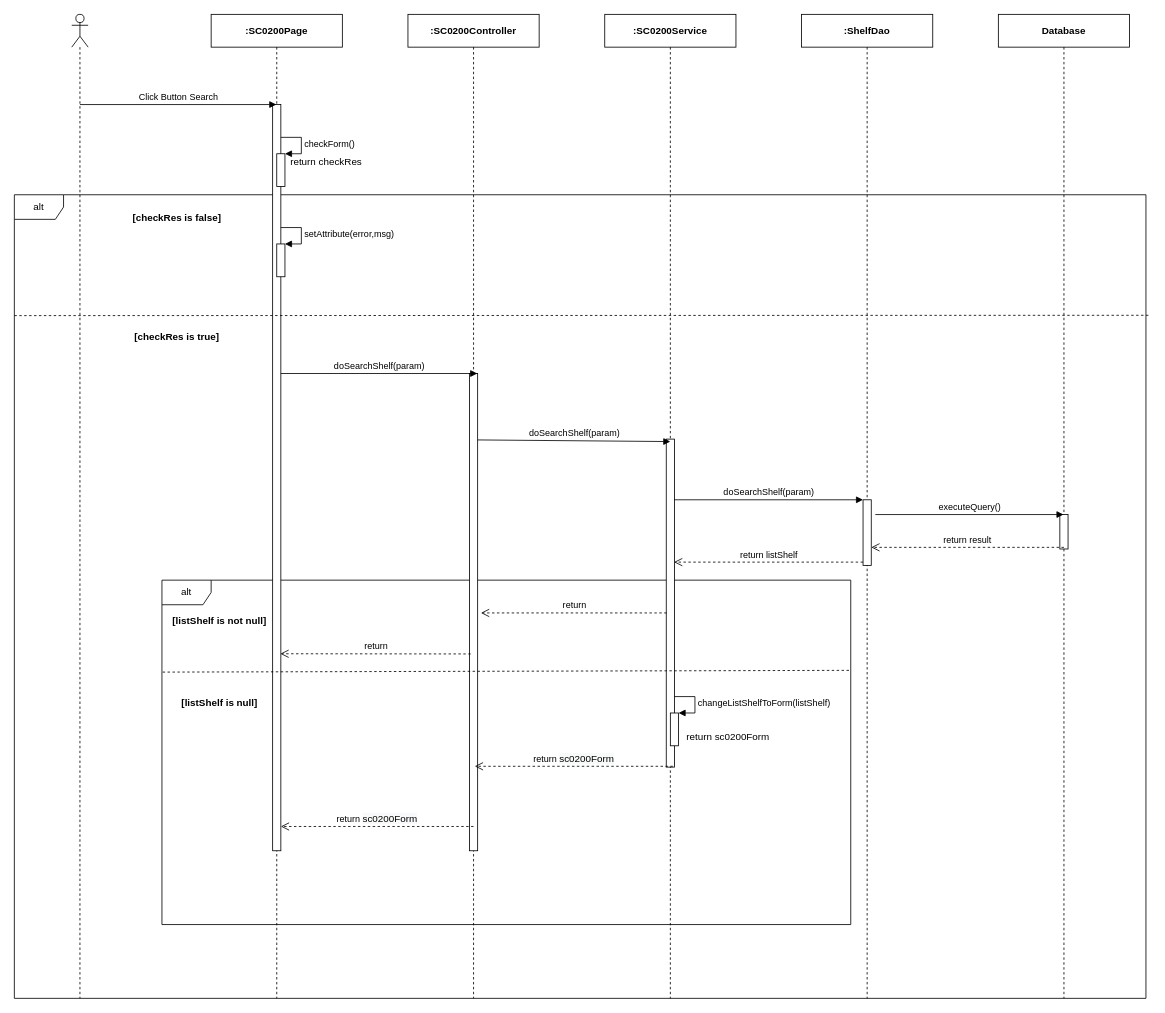
Before: page "Ev02" (2 of 4) of 2. Approved/SEQ Diagram/sc02/SC0200_ShelfManage.drawio in luannmdev/CapstoneDocument, a draw.io diagram. Source tidied: cells renumbered, new cells numbered last; positions are measured from the earlier drawing's top-left corner, leaving out a move shared by most shapes. Both pictures are drawn from the tidied source at 82%, with x=0, y=0 at pixel (14, 14).
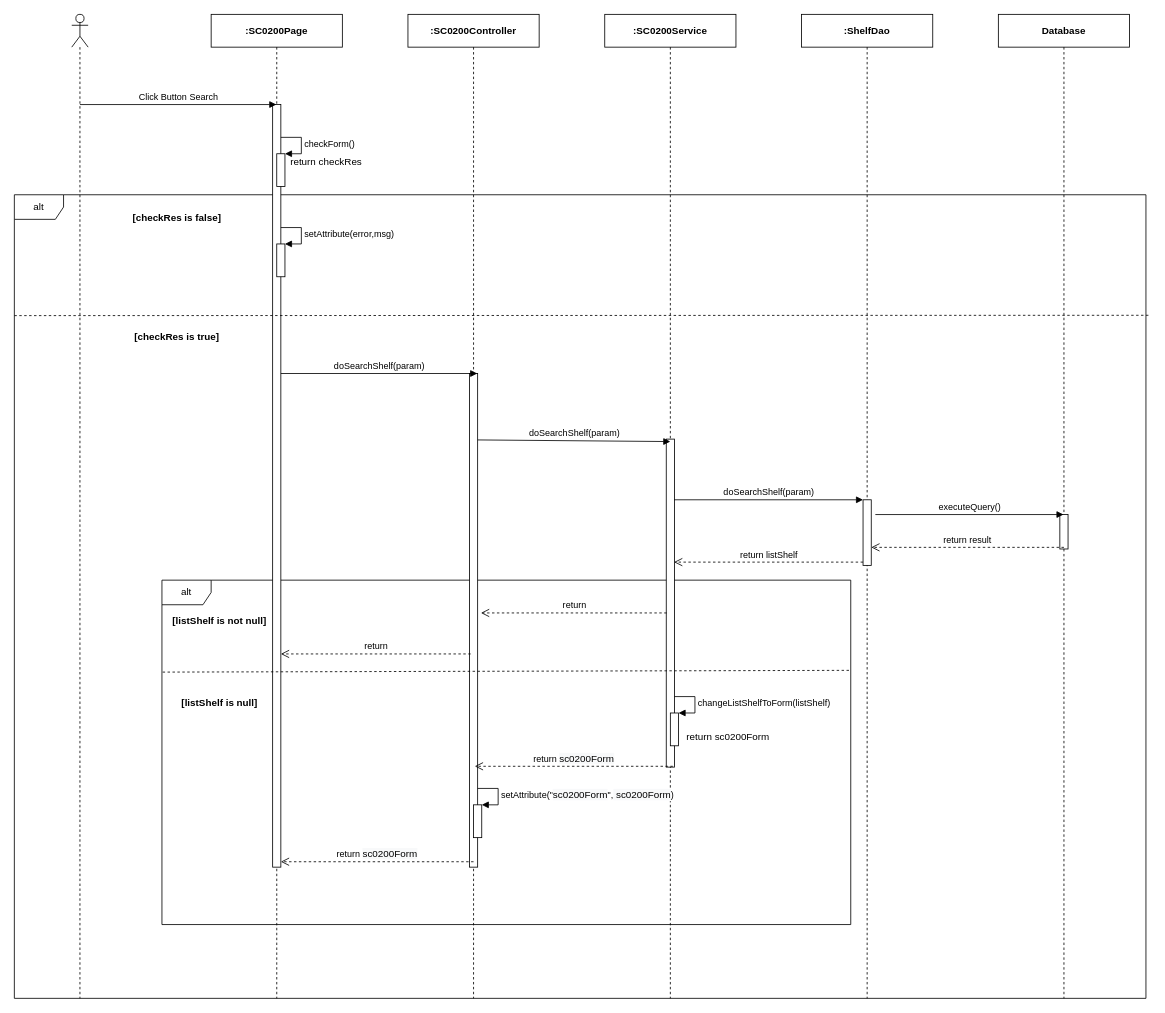
Above is the later version.

Unchanged cells that the change refers to:
```xml
<mxCell id="5" value="&lt;b&gt;:SC0200Page&lt;/b&gt;" style="shape=umlLifeline;perimeter=lifelinePerimeter;whiteSpace=wrap;html=1;outlineConnect=0;" parent="1" vertex="1">
  <mxGeometry x="240" width="160" height="1200" as="geometry" />
</mxCell>
<mxCell id="11" value="&lt;b&gt;:SC0200Controller&lt;/b&gt;" style="shape=umlLifeline;perimeter=lifelinePerimeter;whiteSpace=wrap;html=1;" parent="1" vertex="1">
  <mxGeometry x="480" width="160" height="1200" as="geometry" />
</mxCell>
```

Diff of the diagram source:
```diff
@@
     <mxCell id="6" style="html=1;points=[];perimeter=orthogonalPerimeter;" parent="5" vertex="1">
-      <mxGeometry x="75" y="110" width="10" height="910" as="geometry" />
+      <mxGeometry x="75" y="110" width="10" height="930" as="geometry" />
     </mxCell>
@@
     <mxCell id="12" style="html=1;perimeter=orthogonalPerimeter;" parent="11" vertex="1">
-      <mxGeometry x="75" y="438" width="10" height="582" as="geometry" />
+      <mxGeometry x="75" y="438" width="10" height="602" as="geometry" />
     </mxCell>
@@
     <mxCell id="17" value="return&amp;nbsp;&lt;span style=&quot;font-size: 12px ; background-color: rgb(248 , 249 , 250)&quot;&gt;sc0200Form&lt;/span&gt;" style="html=1;verticalAlign=bottom;endArrow=open;dashed=1;endSize=8;" parent="1" edge="1">
       <mxGeometry relative="1" as="geometry">
-        <mxPoint x="560" y="990.4" as="sourcePoint" />
-        <mxPoint x="325" y="990.4" as="targetPoint" />
+        <mxPoint x="560" y="1033.4" as="sourcePoint" />
+        <mxPoint x="325" y="1033.4" as="targetPoint" />
       </mxGeometry>
     </mxCell>
@@
-    <mxCell id="39" value="return" style="html=1;verticalAlign=bottom;endArrow=open;dashed=1;endSize=8;entryX=0.943;entryY=0.736;entryDx=0;entryDy=0;entryPerimeter=0;" parent="1" edge="1" target="6">
+    <mxCell id="39" value="return" style="html=1;verticalAlign=bottom;endArrow=open;dashed=1;endSize=8;" parent="1" edge="1" target="6">
       <mxGeometry relative="1" as="geometry">
         <mxPoint x="556.5" y="780" as="sourcePoint" />
       </mxGeometry>
     </mxCell>
+    <mxCell id="40" style="html=1;points=[];perimeter=orthogonalPerimeter;" parent="1" vertex="1">
+      <mxGeometry x="560" y="964" width="10" height="40" as="geometry" />
+    </mxCell>
+    <mxCell id="41" value="&lt;div style=&quot;text-align: center&quot;&gt;setAttribute(&quot;&lt;span style=&quot;font-size: 12px ; text-align: center ; background-color: rgb(248 , 249 , 250)&quot;&gt;sc0200Form&lt;/span&gt;&quot;,&lt;span style=&quot;font-size: 12px ; background-color: rgb(248 , 249 , 250)&quot;&gt;&amp;nbsp;sc0200Form&lt;/span&gt;)&lt;/div&gt;" style="edgeStyle=orthogonalEdgeStyle;html=1;align=left;spacingLeft=2;endArrow=block;rounded=0;entryX=1;entryY=0;" parent="1" edge="1" target="40">
+      <mxGeometry relative="1" as="geometry">
+        <mxPoint x="565" y="944" as="sourcePoint" />
+        <Array as="points">
+          <mxPoint x="590" y="944" />
+        </Array>
+      </mxGeometry>
+    </mxCell>
```
